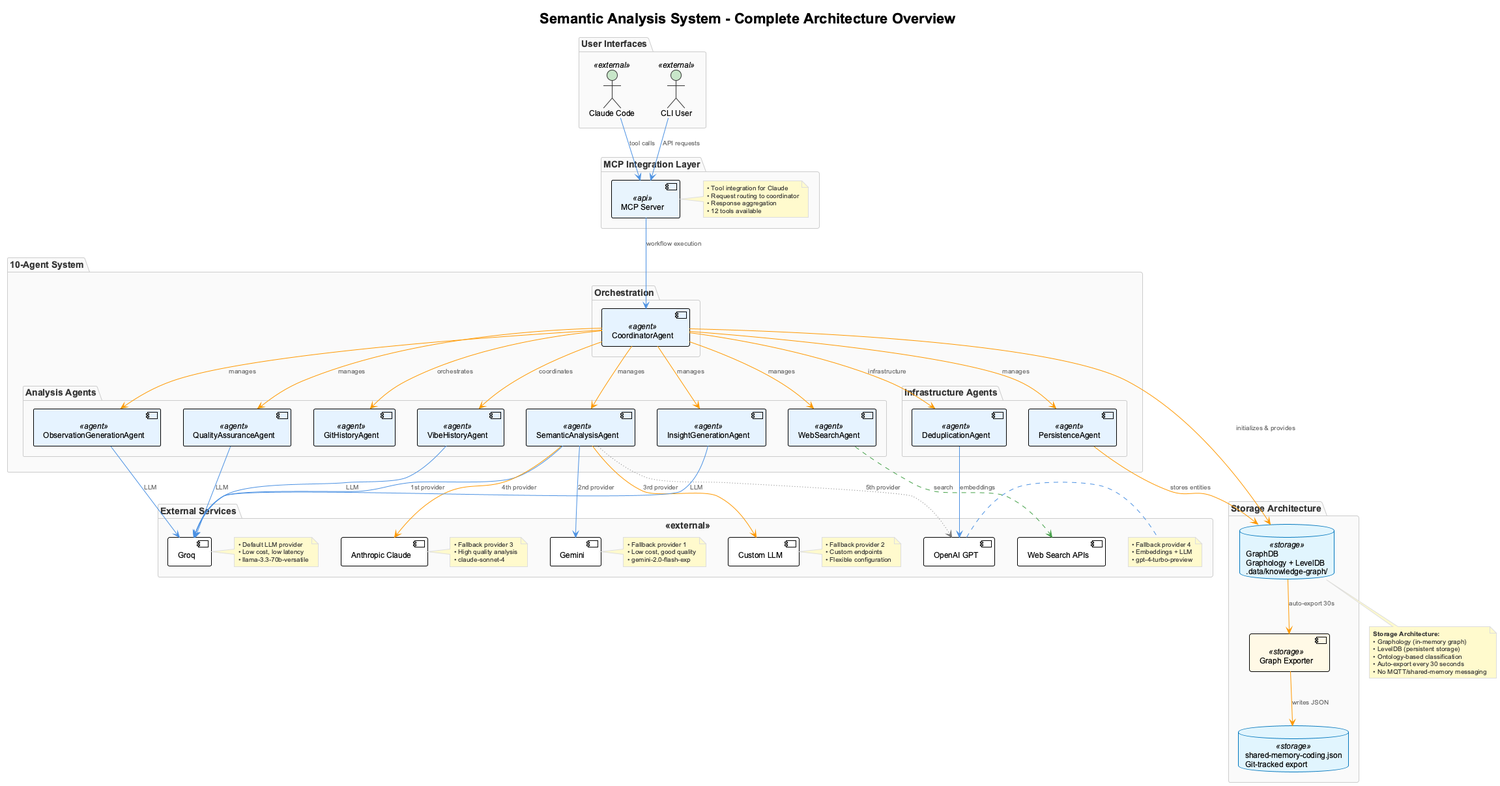
The PlantUML diagram docs/images/semantic-analysis-system-overview.png in fwornle/coding, before a commit.
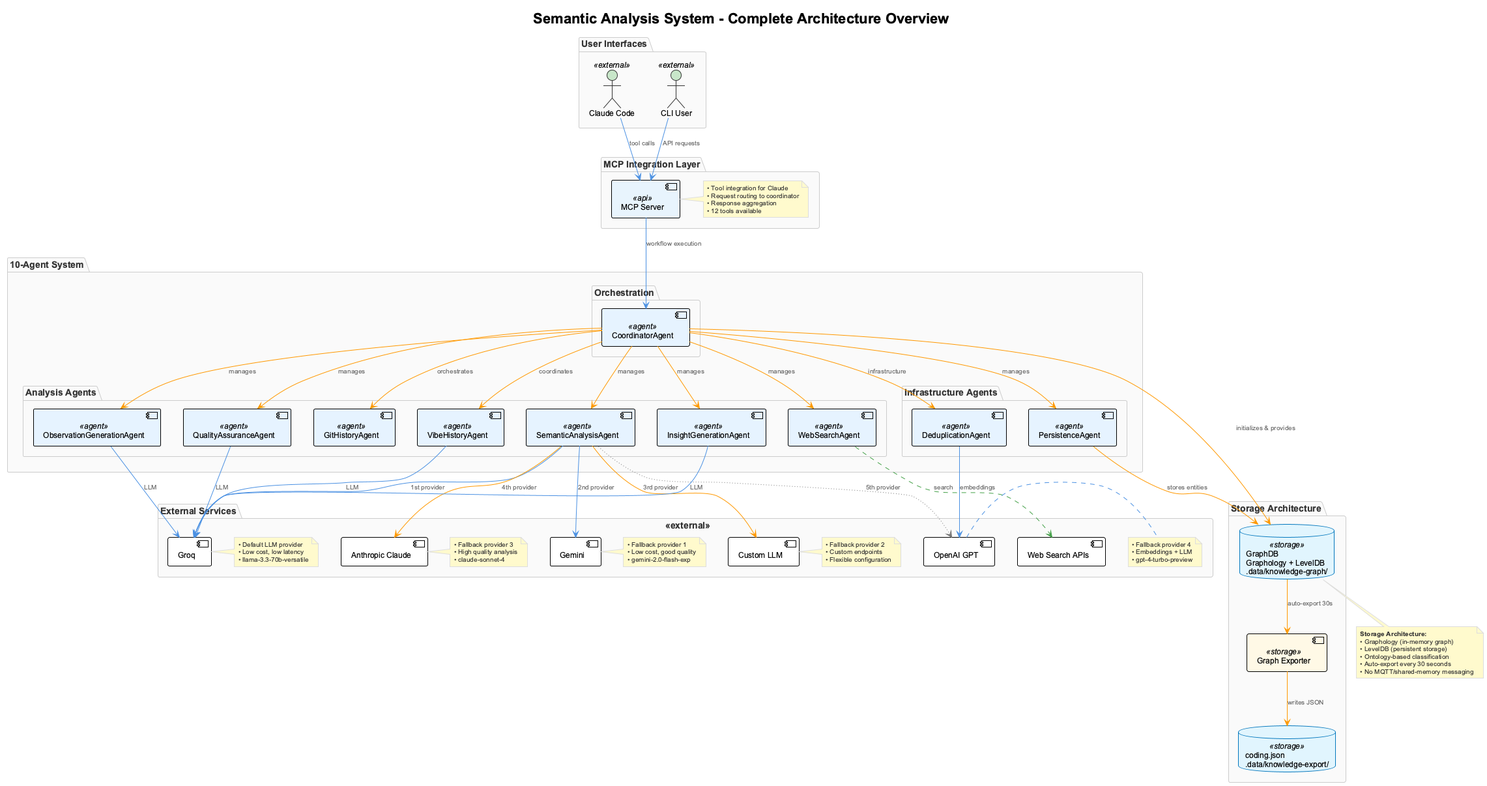
After the change.

Change to the diagram source:
```diff
@@ -84,7 +84,7 @@
 package "Storage Architecture" {
   database "GraphDB\nGraphology + LevelDB\n.data/knowledge-graph/" as GraphDB <<storage>>
   component [Graph Exporter] as Exporter <<storage>>
-  database "shared-memory-coding.json\nGit-tracked export" as SharedMemory <<storage>>
+  database "coding.json\n.data/knowledge-export/" as SharedMemory <<storage>>
 }
 
 Claude -[#4A90E2]-> MCP : tool calls
```
